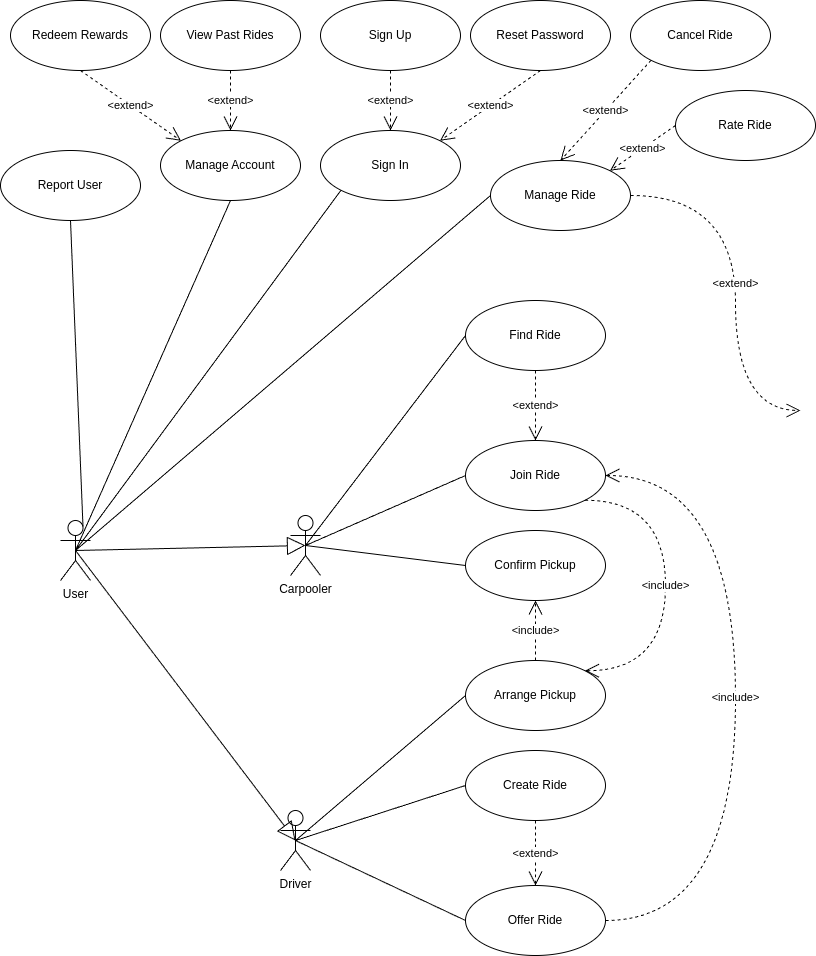
Earlier version of the draw.io export TODO/use-cases.drawio.png (YannisRavasopoulos/ProjectSD_S6). Source tidied: cells renumbered, new cells last; positions are measured from the earlier drawing's top-left corner, leaving out a move shared by most shapes.
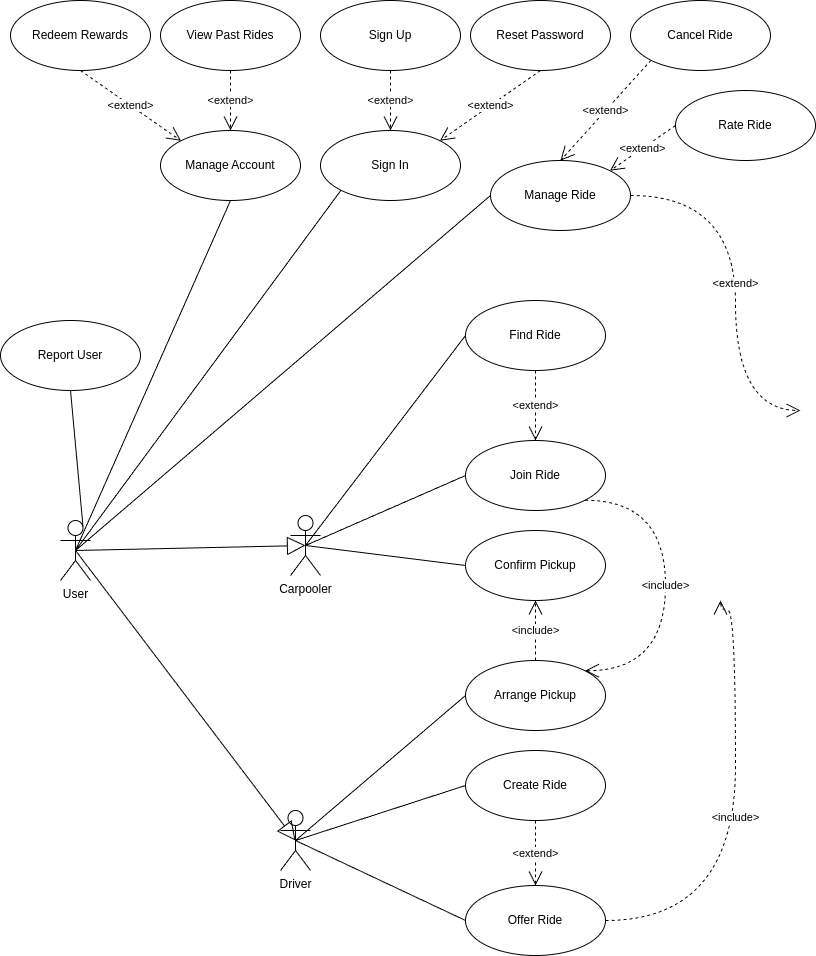
Later version of the same file.

Diff of the diagram source:
```diff
@@ -125,11 +125,13 @@
     <mxCell id="38" style="endArrow=block;endSize=16;endFill=0;html=1;entryX=0.5;entryY=0.5;entryDx=0;entryDy=0;entryPerimeter=0;exitX=0.5;exitY=0.5;exitDx=0;exitDy=0;exitPerimeter=0;" parent="1" edge="1" source="13" target="2">
       <mxGeometry relative="1" as="geometry" />
     </mxCell>
-    <mxCell id="39" value="&amp;lt;include&amp;gt;" style="endArrow=open;endSize=12;dashed=1;html=1;edgeStyle=orthogonalEdgeStyle;curved=1;exitX=1;exitY=0.5;exitDx=0;exitDy=0;entryX=1;entryY=0.5;entryDx=0;entryDy=0;" parent="1" edge="1" source="11" target="26">
+    <mxCell id="39" value="&amp;lt;include&amp;gt;" style="endArrow=open;endSize=12;dashed=1;html=1;edgeStyle=orthogonalEdgeStyle;curved=1;exitX=1;exitY=0.5;exitDx=0;exitDy=0;" parent="1" edge="1" source="11">
       <mxGeometry relative="1" as="geometry">
+        <mxPoint x="720" y="600" as="targetPoint" />
         <Array as="points">
           <mxPoint x="735" y="920" />
-          <mxPoint x="735" y="475" />
+          <mxPoint x="735" y="610" />
+          <mxPoint x="720" y="610" />
         </Array>
       </mxGeometry>
     </mxCell>
@@ -143,12 +145,10 @@
       <mxGeometry relative="1" as="geometry" />
     </mxCell>
     <mxCell id="43" value="Report User" style="ellipse;whiteSpace=wrap;html=1;" parent="1" vertex="1">
-      <mxGeometry y="150" width="140" height="70" as="geometry" />
+      <mxGeometry y="320" width="140" height="70" as="geometry" />
     </mxCell>
-    <mxCell id="44" style="endArrow=none;html=1;exitX=0.75;exitY=0.1;exitDx=0;exitDy=0;exitPerimeter=0;" parent="1" edge="1" source="13">
-      <mxGeometry relative="1" as="geometry">
-        <mxPoint x="70" y="220" as="targetPoint" />
-      </mxGeometry>
+    <mxCell id="44" style="endArrow=none;html=1;exitX=0.75;exitY=0.1;exitDx=0;exitDy=0;exitPerimeter=0;entryX=0.5;entryY=1;entryDx=0;entryDy=0;" parent="1" edge="1" source="13" target="43">
+      <mxGeometry relative="1" as="geometry" />
     </mxCell>
   </root>
 </mxGraphModel>
```
